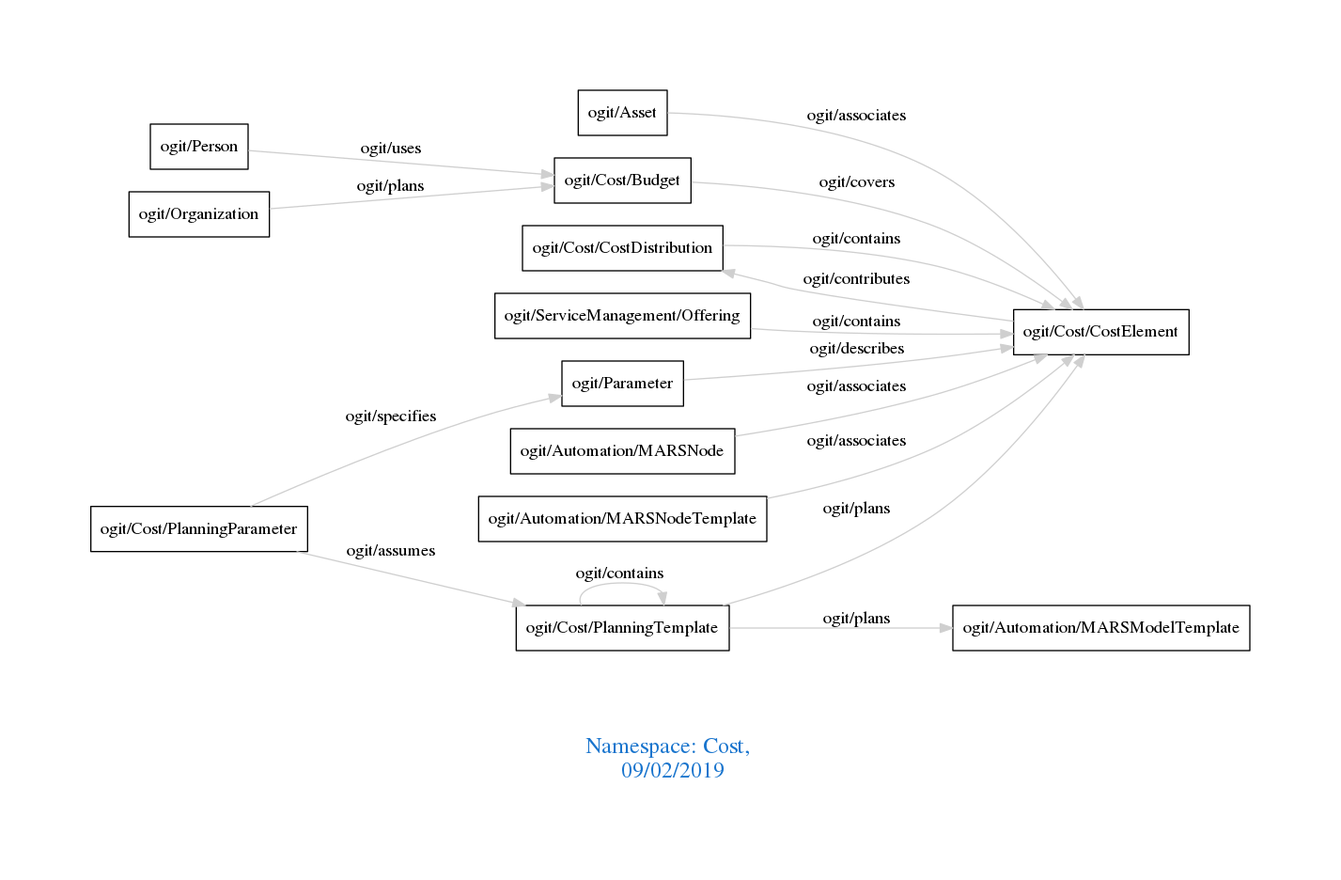
arago/OGIT keeps this Graphviz diagram as downloads/Cost.png. Above is the earlier version. Its source is kept beside it as downloads/Cost.dot. The source it was exported from:
```dot
digraph OGIT_ontology {
 graph [ rankdir= LR,pad=1
fontsize = 18,
fontcolor= dodgerblue3,label = "\n\n\nNamespace: Cost, \n 09/02/2019"];
node[shape=polygon];
edge [  color="gray81"];

   "ogit/Cost/CostDistribution" -> "ogit/Cost/CostElement" [label="   ogit/contains    "];
   "ogit/ServiceManagement/Offering" -> "ogit/Cost/CostElement" [label="   ogit/contains    "];
   "ogit/Cost/PlanningParameter" -> "ogit/Parameter" [label="   ogit/specifies    "];
   "ogit/Cost/Budget" -> "ogit/Cost/CostElement" [label="   ogit/covers    "];
   "ogit/Parameter" -> "ogit/Cost/CostElement" [label="   ogit/describes    "];
   "ogit/Cost/CostElement" -> "ogit/Cost/CostDistribution" [label="   ogit/contributes    "];
   "ogit/Automation/MARSNode" -> "ogit/Cost/CostElement" [label="   ogit/associates    "];
   "ogit/Automation/MARSNodeTemplate" -> "ogit/Cost/CostElement" [label="   ogit/associates    "];
   "ogit/Asset" -> "ogit/Cost/CostElement" [label="   ogit/associates    "];
   "ogit/Person" -> "ogit/Cost/Budget" [label="   ogit/uses    "];
   "ogit/Cost/PlanningTemplate" -> "ogit/Automation/MARSModelTemplate" [label="   ogit/plans    "];
   "ogit/Cost/PlanningTemplate" -> "ogit/Cost/CostElement" [label="   ogit/plans    "];
   "ogit/Organization" -> "ogit/Cost/Budget" [label="   ogit/plans    "];
   "ogit/Cost/PlanningParameter" -> "ogit/Cost/PlanningTemplate" [label="   ogit/assumes    "];
   "ogit/Cost/PlanningTemplate" -> "ogit/Cost/PlanningTemplate" [label="   ogit/contains    "];
}
```
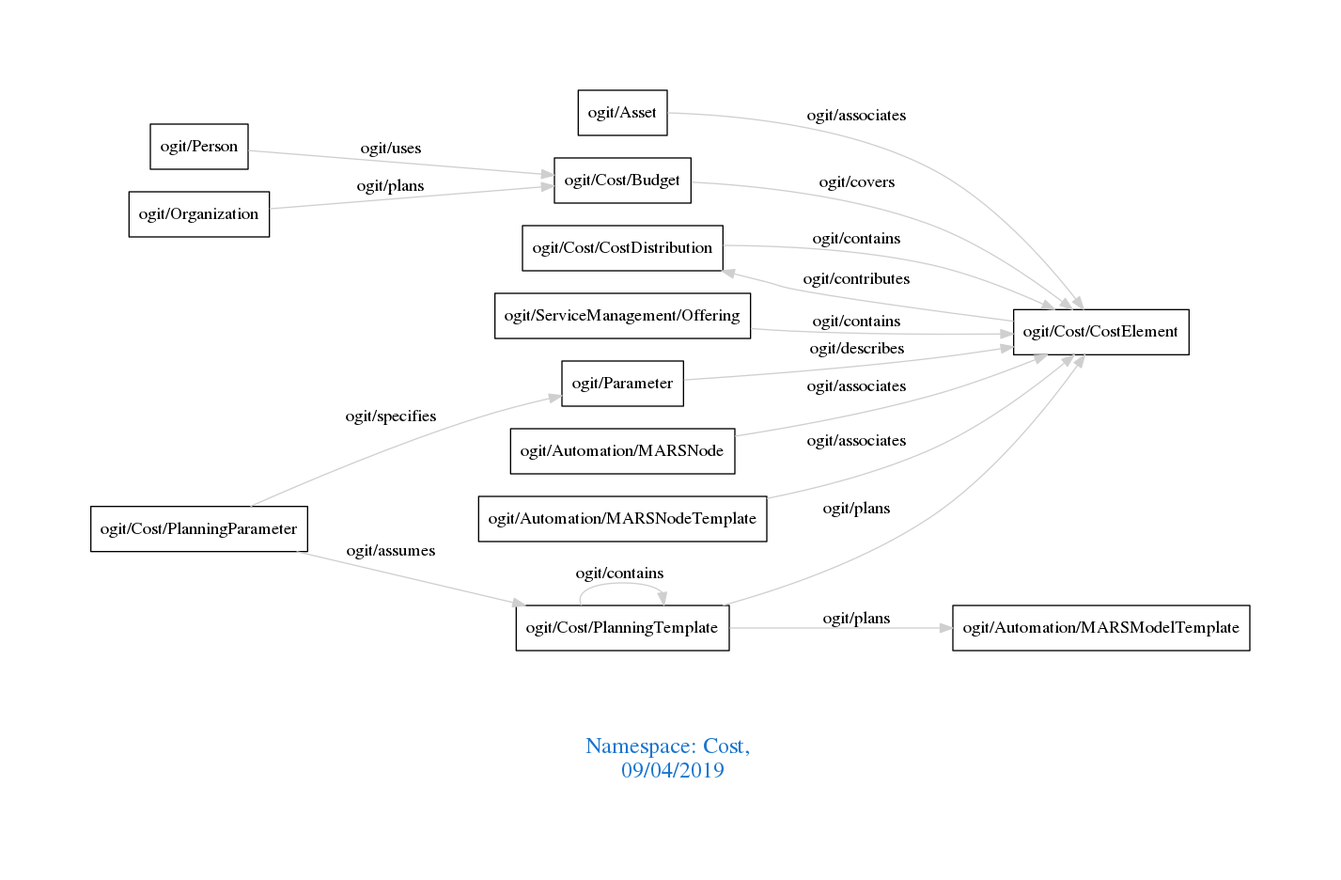
The same file after the commit.

Diff of the diagram source:
```diff
@@ -1,7 +1,7 @@
 digraph OGIT_ontology {
  graph [ rankdir= LR,pad=1
 fontsize = 18,
-fontcolor= dodgerblue3,label = "\n\n\nNamespace: Cost, \n 09/02/2019"];
+fontcolor= dodgerblue3,label = "\n\n\nNamespace: Cost, \n 09/04/2019"];
 node[shape=polygon];
 edge [  color="gray81"];
 
```
